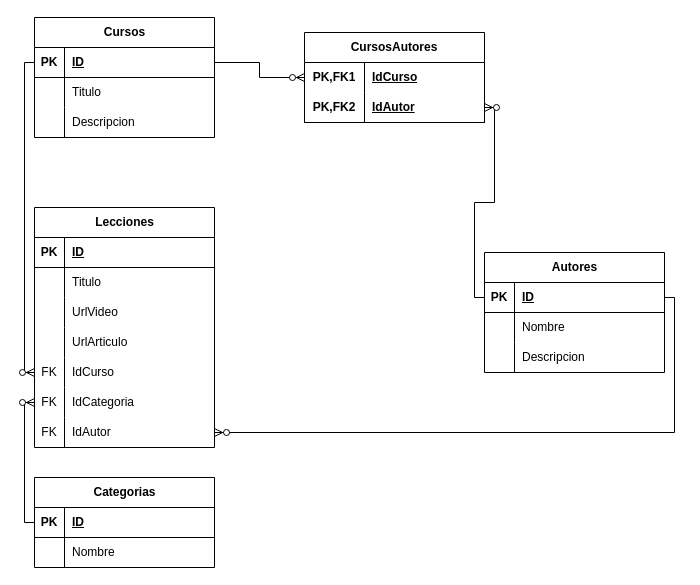
The draw.io diagram 01-modelado/Basico/laboratorio.drawio in IonutGabi/bootcampBackend_.net_Sql, before the edit. Source tidied: cells renumbered, new cells numbered last; positions are measured from the earlier drawing's top-left corner, leaving out a move shared by most shapes. Both pictures are drawn from the tidied source at 100%, with x=0, y=0 at pixel (34, 17).
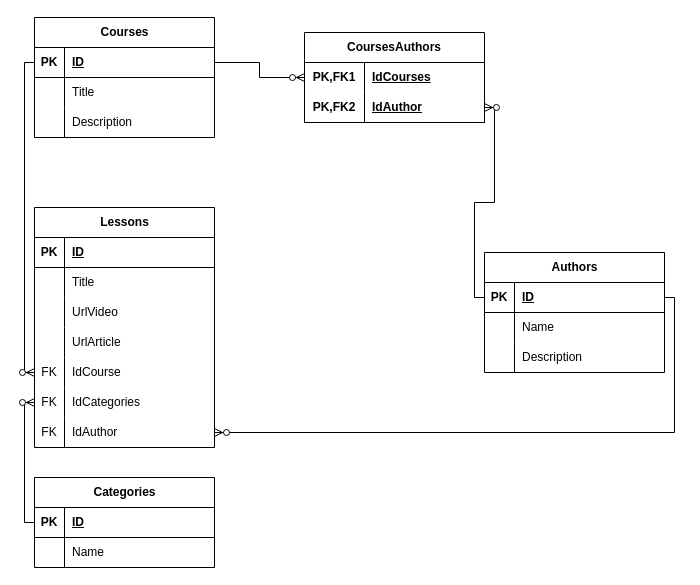
The same diagram, later.

Commit message:
Changing to english language

The change refers to these unchanged cells:
```xml
<mxCell id="6" style="shape=tableRow;horizontal=0;startSize=0;swimlaneHead=0;swimlaneBody=0;fillColor=none;top=0;left=0;right=0;bottom=0;" parent="2" vertex="1">
  <mxGeometry y="60" width="180" height="30" as="geometry" />
</mxCell>
<mxCell id="9" style="shape=tableRow;horizontal=0;startSize=0;swimlaneHead=0;swimlaneBody=0;fillColor=none;top=0;left=0;right=0;bottom=0;" parent="2" vertex="1">
  <mxGeometry y="90" width="180" height="30" as="geometry" />
</mxCell>
<mxCell id="16" style="shape=tableRow;horizontal=0;startSize=0;swimlaneHead=0;swimlaneBody=0;fillColor=none;top=0;left=0;right=0;bottom=0;" parent="12" vertex="1">
  <mxGeometry y="60" width="180" height="30" as="geometry" />
</mxCell>
<mxCell id="22" style="shape=tableRow;horizontal=0;startSize=0;swimlaneHead=0;swimlaneBody=0;fillColor=none;top=0;left=0;right=0;bottom=0;" parent="12" vertex="1">
  <mxGeometry y="120" width="180" height="30" as="geometry" />
</mxCell>
<mxCell id="25" style="shape=tableRow;horizontal=0;startSize=0;swimlaneHead=0;swimlaneBody=0;fillColor=none;points=[[0,0.5],[1,0.5]];portConstraint=eastwest;top=0;left=0;right=0;bottom=0;" parent="12" vertex="1">
  <mxGeometry y="150" width="180" height="30" as="geometry" />
</mxCell>
<mxCell id="28" style="shape=tableRow;horizontal=0;startSize=0;swimlaneHead=0;swimlaneBody=0;fillColor=none;points=[[0,0.5],[1,0.5]];portConstraint=eastwest;top=0;left=0;right=0;bottom=0;" parent="12" vertex="1">
  <mxGeometry y="180" width="180" height="30" as="geometry" />
</mxCell>
<mxCell id="31" style="shape=tableRow;horizontal=0;startSize=0;swimlaneHead=0;swimlaneBody=0;fillColor=none;points=[[0,0.5],[1,0.5]];portConstraint=eastwest;top=0;left=0;right=0;bottom=0;" parent="12" vertex="1">
  <mxGeometry y="210" width="180" height="30" as="geometry" />
</mxCell>
<mxCell id="38" style="shape=tableRow;horizontal=0;startSize=0;swimlaneHead=0;swimlaneBody=0;fillColor=none;top=0;left=0;right=0;bottom=0;" parent="34" vertex="1">
  <mxGeometry y="60" width="180" height="30" as="geometry" />
</mxCell>
<mxCell id="41" style="shape=tableRow;horizontal=0;startSize=0;swimlaneHead=0;swimlaneBody=0;fillColor=none;top=0;left=0;right=0;bottom=0;" parent="34" vertex="1">
  <mxGeometry y="90" width="180" height="30" as="geometry" />
</mxCell>
<mxCell id="48" style="shape=tableRow;horizontal=0;startSize=0;swimlaneHead=0;swimlaneBody=0;fillColor=none;top=0;left=0;right=0;bottom=0;" parent="44" vertex="1">
  <mxGeometry y="60" width="180" height="30" as="geometry" />
</mxCell>
<mxCell id="52" style="shape=tableRow;horizontal=0;startSize=0;swimlaneHead=0;swimlaneBody=0;fillColor=none;points=[[0,0.5],[1,0.5]];portConstraint=eastwest;top=0;left=0;right=0;bottom=0;html=1;" parent="51" vertex="1">
  <mxGeometry y="30" width="180" height="30" as="geometry" />
</mxCell>
<mxCell id="55" style="shape=tableRow;horizontal=0;startSize=0;swimlaneHead=0;swimlaneBody=0;fillColor=none;points=[[0,0.5],[1,0.5]];portConstraint=eastwest;top=0;left=0;right=0;bottom=1;html=1;" parent="51" vertex="1">
  <mxGeometry y="60" width="180" height="30" as="geometry" />
</mxCell>
```

Diff of the diagram source:
```diff
@@
-    <mxCell id="2" value="Cursos" style="shape=table;startSize=30;childLayout=tableLayout;rowLines=0;fontStyle=1;align=center;html=1;" parent="1" vertex="1">
+    <mxCell id="2" value="Courses" style="shape=table;startSize=30;childLayout=tableLayout;rowLines=0;fontStyle=1;align=center;html=1;" parent="1" vertex="1">
       <mxGeometry width="180" height="120" as="geometry" />
     </mxCell>
@@
-    <mxCell id="8" value="Titulo" style="shape=partialRectangle;fillColor=none;top=0;left=0;bottom=0;right=0;align=left;spacingLeft=6;overflow=hidden;whiteSpace=wrap;html=1;" parent="6" vertex="1">
+    <mxCell id="8" value="Title" style="shape=partialRectangle;fillColor=none;top=0;left=0;bottom=0;right=0;align=left;spacingLeft=6;overflow=hidden;whiteSpace=wrap;html=1;" parent="6" vertex="1">
       <mxGeometry x="30" width="150" height="30" as="geometry" />
     </mxCell>
@@
-    <mxCell id="11" value="Descripcion" style="shape=partialRectangle;fillColor=none;top=0;left=0;bottom=0;right=0;align=left;spacingLeft=6;overflow=hidden;whiteSpace=wrap;html=1;" parent="9" vertex="1">
+    <mxCell id="11" value="Description" style="shape=partialRectangle;fillColor=none;top=0;left=0;bottom=0;right=0;align=left;spacingLeft=6;overflow=hidden;whiteSpace=wrap;html=1;" parent="9" vertex="1">
       <mxGeometry x="30" width="150" height="30" as="geometry" />
     </mxCell>
-    <mxCell id="12" value="Lecciones" style="shape=table;startSize=30;childLayout=tableLayout;rowLines=0;fontStyle=1;align=center;html=1;" parent="1" vertex="1">
+    <mxCell id="12" value="Lessons" style="shape=table;startSize=30;childLayout=tableLayout;rowLines=0;fontStyle=1;align=center;html=1;" parent="1" vertex="1">
       <mxGeometry y="190" width="180" height="240" as="geometry" />
     </mxCell>
@@
-    <mxCell id="18" value="Titulo" style="shape=partialRectangle;fillColor=none;top=0;left=0;bottom=0;right=0;align=left;spacingLeft=6;overflow=hidden;whiteSpace=wrap;html=1;" parent="16" vertex="1">
+    <mxCell id="18" value="Title" style="shape=partialRectangle;fillColor=none;top=0;left=0;bottom=0;right=0;align=left;spacingLeft=6;overflow=hidden;whiteSpace=wrap;html=1;" parent="16" vertex="1">
       <mxGeometry x="30" width="150" height="30" as="geometry" />
     </mxCell>
@@
-    <mxCell id="24" value="UrlArticulo" style="shape=partialRectangle;fillColor=none;top=0;left=0;bottom=0;right=0;align=left;spacingLeft=6;overflow=hidden;whiteSpace=wrap;html=1;" parent="22" vertex="1">
+    <mxCell id="24" value="UrlArticle" style="shape=partialRectangle;fillColor=none;top=0;left=0;bottom=0;right=0;align=left;spacingLeft=6;overflow=hidden;whiteSpace=wrap;html=1;" parent="22" vertex="1">
       <mxGeometry x="30" width="150" height="30" as="geometry" />
     </mxCell>
@@
-    <mxCell id="27" value="IdCurso" style="shape=partialRectangle;fillColor=none;top=0;left=0;bottom=0;right=0;align=left;spacingLeft=6;overflow=hidden;whiteSpace=wrap;html=1;" parent="25" vertex="1">
+    <mxCell id="27" value="IdCourse" style="shape=partialRectangle;fillColor=none;top=0;left=0;bottom=0;right=0;align=left;spacingLeft=6;overflow=hidden;whiteSpace=wrap;html=1;" parent="25" vertex="1">
       <mxGeometry x="30" width="150" height="30" as="geometry" />
     </mxCell>
@@
-    <mxCell id="30" value="IdCategoria" style="shape=partialRectangle;fillColor=none;top=0;left=0;bottom=0;right=0;align=left;spacingLeft=6;overflow=hidden;whiteSpace=wrap;html=1;" parent="28" vertex="1">
+    <mxCell id="30" value="IdCategories" style="shape=partialRectangle;fillColor=none;top=0;left=0;bottom=0;right=0;align=left;spacingLeft=6;overflow=hidden;whiteSpace=wrap;html=1;" parent="28" vertex="1">
       <mxGeometry x="30" width="150" height="30" as="geometry" />
     </mxCell>
@@
-    <mxCell id="33" value="IdAutor" style="shape=partialRectangle;fillColor=none;top=0;left=0;bottom=0;right=0;align=left;spacingLeft=6;overflow=hidden;whiteSpace=wrap;html=1;" parent="31" vertex="1">
+    <mxCell id="33" value="IdAuthor" style="shape=partialRectangle;fillColor=none;top=0;left=0;bottom=0;right=0;align=left;spacingLeft=6;overflow=hidden;whiteSpace=wrap;html=1;" parent="31" vertex="1">
       <mxGeometry x="30" width="150" height="30" as="geometry" />
     </mxCell>
-    <mxCell id="34" value="Autores" style="shape=table;startSize=30;childLayout=tableLayout;rowLines=0;fontStyle=1;align=center;html=1;" parent="1" vertex="1">
+    <mxCell id="34" value="Authors" style="shape=table;startSize=30;childLayout=tableLayout;rowLines=0;fontStyle=1;align=center;html=1;" parent="1" vertex="1">
       <mxGeometry x="450" y="235" width="180" height="120" as="geometry" />
     </mxCell>
@@
-    <mxCell id="40" value="Nombre" style="shape=partialRectangle;fillColor=none;top=0;left=0;bottom=0;right=0;align=left;spacingLeft=6;overflow=hidden;whiteSpace=wrap;html=1;" parent="38" vertex="1">
+    <mxCell id="40" value="Name" style="shape=partialRectangle;fillColor=none;top=0;left=0;bottom=0;right=0;align=left;spacingLeft=6;overflow=hidden;whiteSpace=wrap;html=1;" parent="38" vertex="1">
       <mxGeometry x="30" width="150" height="30" as="geometry" />
     </mxCell>
@@
-    <mxCell id="43" value="Descripcion" style="shape=partialRectangle;fillColor=none;top=0;left=0;bottom=0;right=0;align=left;spacingLeft=6;overflow=hidden;whiteSpace=wrap;html=1;" parent="41" vertex="1">
+    <mxCell id="43" value="Description" style="shape=partialRectangle;fillColor=none;top=0;left=0;bottom=0;right=0;align=left;spacingLeft=6;overflow=hidden;whiteSpace=wrap;html=1;" parent="41" vertex="1">
       <mxGeometry x="30" width="150" height="30" as="geometry" />
     </mxCell>
-    <mxCell id="44" value="Categorias" style="shape=table;startSize=30;childLayout=tableLayout;rowLines=0;fontStyle=1;align=center;html=1;" parent="1" vertex="1">
+    <mxCell id="44" value="Categories" style="shape=table;startSize=30;childLayout=tableLayout;rowLines=0;fontStyle=1;align=center;html=1;" parent="1" vertex="1">
       <mxGeometry y="460" width="180" height="90" as="geometry" />
     </mxCell>
@@
-    <mxCell id="50" value="Nombre" style="shape=partialRectangle;fillColor=none;top=0;left=0;bottom=0;right=0;align=left;spacingLeft=6;overflow=hidden;whiteSpace=wrap;html=1;" parent="48" vertex="1">
+    <mxCell id="50" value="Name" style="shape=partialRectangle;fillColor=none;top=0;left=0;bottom=0;right=0;align=left;spacingLeft=6;overflow=hidden;whiteSpace=wrap;html=1;" parent="48" vertex="1">
       <mxGeometry x="30" width="150" height="30" as="geometry" />
     </mxCell>
-    <mxCell id="51" value="CursosAutores" style="shape=table;startSize=30;childLayout=tableLayout;rowLines=0;fontStyle=1;align=center;html=1;whiteSpace=wrap;" parent="1" vertex="1">
+    <mxCell id="51" value="CoursesAuthors" style="shape=table;startSize=30;childLayout=tableLayout;rowLines=0;fontStyle=1;align=center;html=1;whiteSpace=wrap;" parent="1" vertex="1">
       <mxGeometry x="270" y="15" width="180" height="90" as="geometry" />
     </mxCell>
@@
-    <mxCell id="54" value="IdCurso" style="shape=partialRectangle;fillColor=none;top=0;left=0;bottom=0;right=0;align=left;spacingLeft=6;fontStyle=5;overflow=hidden;html=1;whiteSpace=wrap;" parent="52" vertex="1">
+    <mxCell id="54" value="IdCourses" style="shape=partialRectangle;fillColor=none;top=0;left=0;bottom=0;right=0;align=left;spacingLeft=6;fontStyle=5;overflow=hidden;html=1;whiteSpace=wrap;" parent="52" vertex="1">
       <mxGeometry x="60" width="120" height="30" as="geometry" />
     </mxCell>
@@
-    <mxCell id="57" value="IdAutor" style="shape=partialRectangle;fillColor=none;top=0;left=0;bottom=0;right=0;align=left;spacingLeft=6;fontStyle=5;overflow=hidden;html=1;whiteSpace=wrap;" parent="55" vertex="1">
+    <mxCell id="57" value="IdAuthor" style="shape=partialRectangle;fillColor=none;top=0;left=0;bottom=0;right=0;align=left;spacingLeft=6;fontStyle=5;overflow=hidden;html=1;whiteSpace=wrap;" parent="55" vertex="1">
       <mxGeometry x="60" width="120" height="30" as="geometry" />
     </mxCell>
```
